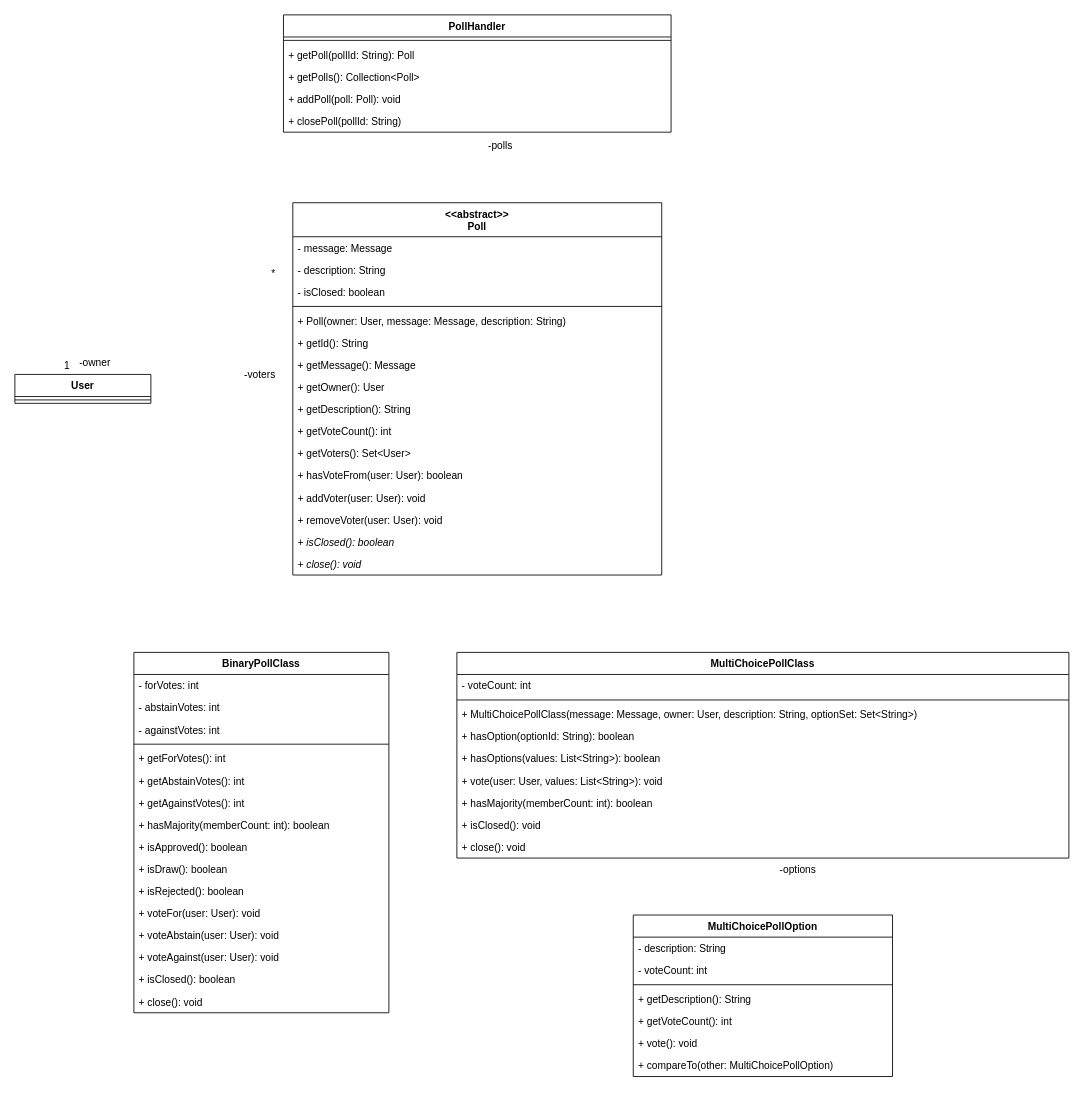
Before: page "Polls Package" (3 of 3) of ClassDiagram.drawio in luistripa/MerendaBot, a draw.io diagram. Source tidied: cells renumbered, new cells numbered last; positions are measured from the earlier drawing's top-left corner, leaving out a move shared by most shapes. Both pictures are drawn from the tidied source at 85%, with x=0, y=0 at pixel (14, 14).
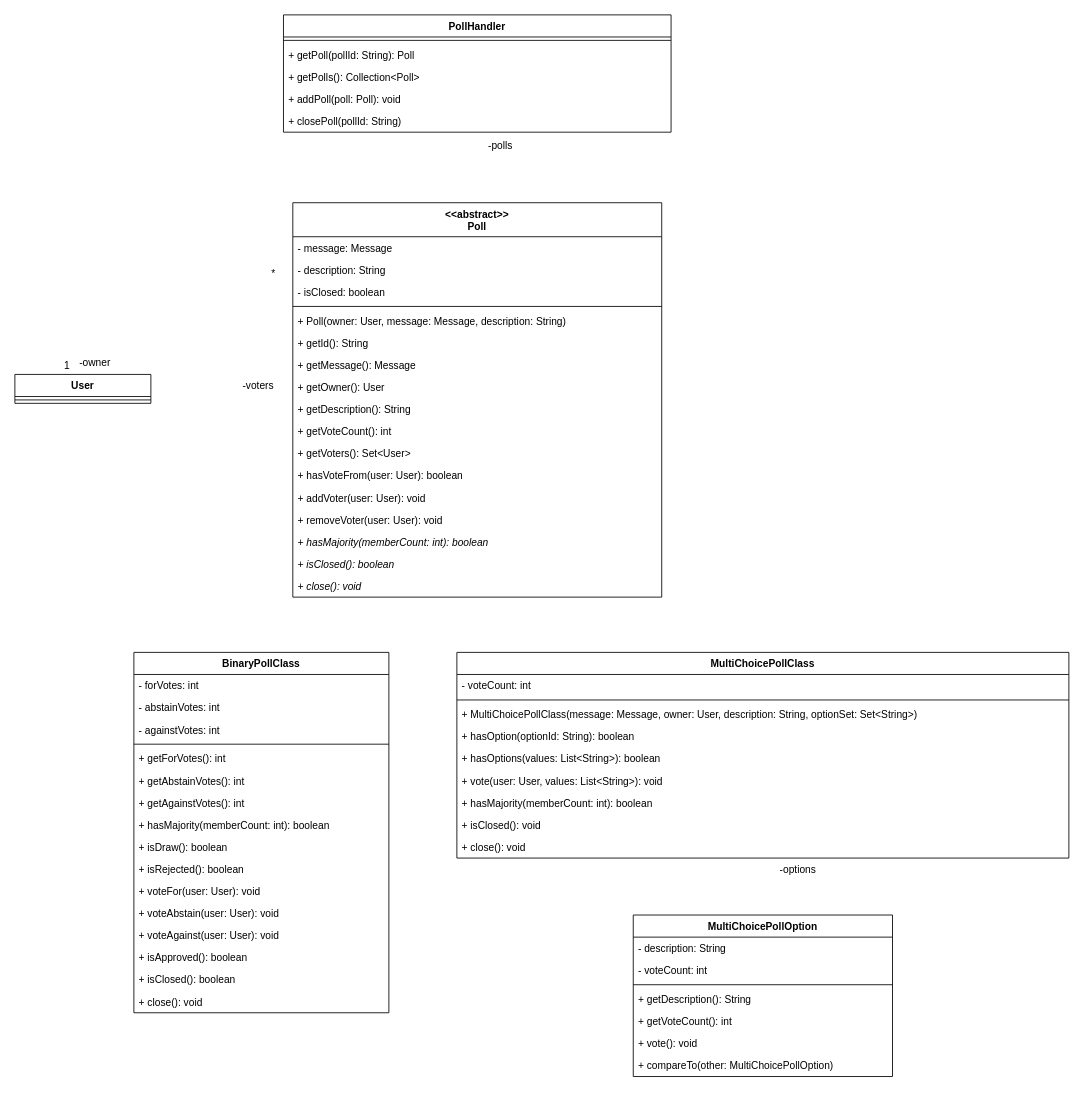
The same diagram, later.

The change refers to these unchanged cells:
```xml
<mxCell id="37" value="BinaryPollClass" style="swimlane;fontStyle=1;align=center;verticalAlign=top;horizontal=1;startSize=26;fontFamily=Jetbrains Mono;fontSize=12;" parent="1" vertex="1">
  <mxGeometry x="140" y="750" width="300" height="424" as="geometry" />
</mxCell>
```

The edit, as a diff of the source:
```diff
@@
     <mxCell id="18" value="&lt;&lt;abstract&gt;&gt;&#10;Poll" style="swimlane;fontStyle=1;align=center;verticalAlign=top;horizontal=1;startSize=40;fontFamily=Jetbrains Mono;fontSize=12;" parent="1" vertex="1">
-      <mxGeometry x="327" y="221" width="434" height="438" as="geometry" />
+      <mxGeometry x="327" y="221" width="434" height="464" as="geometry" />
     </mxCell>
@@
+    <mxCell id="74" value="+ hasMajority(memberCount: int): boolean" style="text;strokeColor=none;fillColor=none;align=left;verticalAlign=top;spacingLeft=4;spacingRight=4;overflow=hidden;fontFamily=Jetbrains Mono;fontSize=12;fontStyle=2;" parent="18" vertex="1">
+      <mxGeometry y="386" width="434" height="26" as="geometry" />
+    </mxCell>
     <mxCell id="33" value="+ isClosed(): boolean" style="text;strokeColor=none;fillColor=none;align=left;verticalAlign=top;spacingLeft=4;spacingRight=4;overflow=hidden;fontFamily=Jetbrains Mono;fontSize=12;fontStyle=2;" parent="18" vertex="1">
-      <mxGeometry y="386" width="434" height="26" as="geometry" />
+      <mxGeometry y="412" width="434" height="26" as="geometry" />
     </mxCell>
     <mxCell id="34" value="+ close(): void" style="text;strokeColor=none;fillColor=none;align=left;verticalAlign=top;spacingLeft=4;spacingRight=4;overflow=hidden;fontFamily=Jetbrains Mono;fontSize=12;fontStyle=2;" parent="18" vertex="1">
-      <mxGeometry y="412" width="434" height="26" as="geometry" />
+      <mxGeometry y="438" width="434" height="26" as="geometry" />
     </mxCell>
@@
-    <mxCell id="46" value="+ isApproved(): boolean" style="text;strokeColor=none;fillColor=none;align=left;verticalAlign=top;spacingLeft=4;spacingRight=4;overflow=hidden;fontFamily=Jetbrains Mono;fontSize=12;" parent="37" vertex="1">
-      <mxGeometry y="216" width="300" height="26" as="geometry" />
-    </mxCell>
     <mxCell id="47" value="+ isDraw(): boolean" style="text;strokeColor=none;fillColor=none;align=left;verticalAlign=top;spacingLeft=4;spacingRight=4;overflow=hidden;fontFamily=Jetbrains Mono;fontSize=12;" parent="37" vertex="1">
-      <mxGeometry y="242" width="300" height="26" as="geometry" />
+      <mxGeometry y="216" width="300" height="26" as="geometry" />
     </mxCell>
     <mxCell id="48" value="+ isRejected(): boolean" style="text;strokeColor=none;fillColor=none;align=left;verticalAlign=top;spacingLeft=4;spacingRight=4;overflow=hidden;fontFamily=Jetbrains Mono;fontSize=12;" parent="37" vertex="1">
-      <mxGeometry y="268" width="300" height="26" as="geometry" />
+      <mxGeometry y="242" width="300" height="26" as="geometry" />
     </mxCell>
     <mxCell id="49" value="+ voteFor(user: User): void" style="text;strokeColor=none;fillColor=none;align=left;verticalAlign=top;spacingLeft=4;spacingRight=4;overflow=hidden;fontFamily=Jetbrains Mono;fontSize=12;" parent="37" vertex="1">
-      <mxGeometry y="294" width="300" height="26" as="geometry" />
+      <mxGeometry y="268" width="300" height="26" as="geometry" />
     </mxCell>
     <mxCell id="50" value="+ voteAbstain(user: User): void" style="text;strokeColor=none;fillColor=none;align=left;verticalAlign=top;spacingLeft=4;spacingRight=4;overflow=hidden;fontFamily=Jetbrains Mono;fontSize=12;" parent="37" vertex="1">
-      <mxGeometry y="320" width="300" height="26" as="geometry" />
+      <mxGeometry y="294" width="300" height="26" as="geometry" />
     </mxCell>
     <mxCell id="51" value="+ voteAgainst(user: User): void" style="text;strokeColor=none;fillColor=none;align=left;verticalAlign=top;spacingLeft=4;spacingRight=4;overflow=hidden;fontFamily=Jetbrains Mono;fontSize=12;" parent="37" vertex="1">
-      <mxGeometry y="346" width="300" height="26" as="geometry" />
+      <mxGeometry y="320" width="300" height="26" as="geometry" />
     </mxCell>
+    <mxCell id="46" value="+ isApproved(): boolean" style="text;strokeColor=none;fillColor=none;align=left;verticalAlign=top;spacingLeft=4;spacingRight=4;overflow=hidden;fontFamily=Jetbrains Mono;fontSize=12;" parent="37" vertex="1">
+      <mxGeometry y="346" width="300" height="26" as="geometry" />
+    </mxCell>
```
